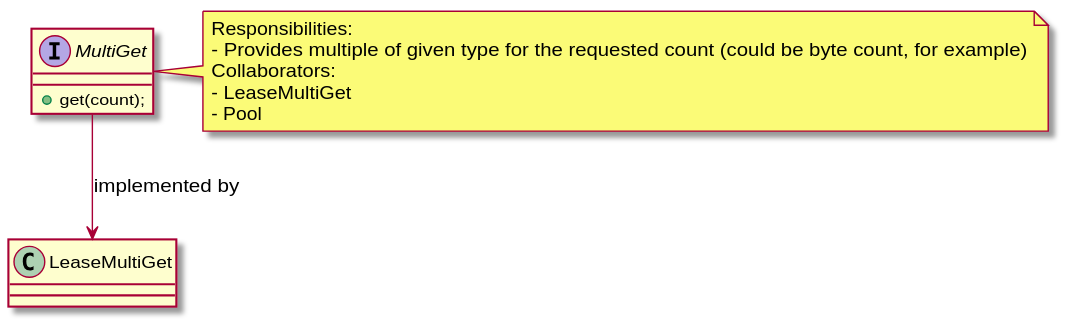
This is docs/issue-11/doxygen/inline_umlgraph_8.svg from eemhu/buf_01, a PlantUML export, as it was before one commit. The source it was exported from:
```plantuml
@startuml inline_umlgraph_8.svg
interface MultiGet {
+ get(count);
}
MultiGet --> LeaseMultiGet : implemented by
note right of MultiGet
Responsibilities:
- Provides multiple of given type for the requested count (could be byte count, for example)
Collaborators:
- LeaseMultiGet
- Pool
end note
@enduml
```
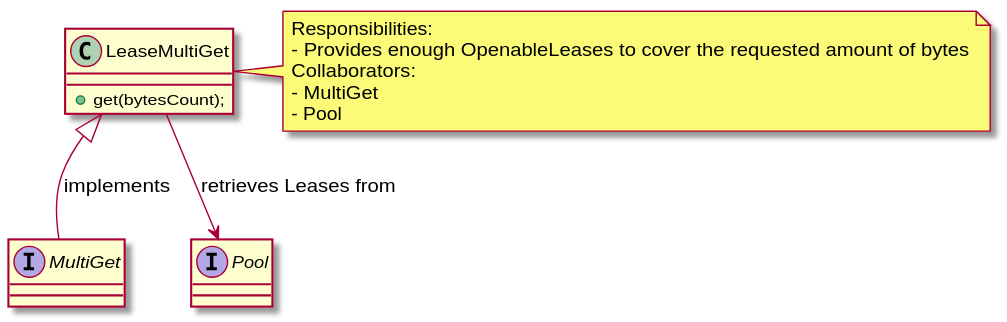
After the change.

Change to the diagram source:
```diff
@@ -1,13 +1,16 @@
 @startuml inline_umlgraph_8.svg
-interface MultiGet {
-+ get(count);
+interface MultiGet
+interface Pool
+class LeaseMultiGet {
++ get(bytesCount);
 }
-MultiGet --> LeaseMultiGet : implemented by
-note right of MultiGet
+LeaseMultiGet <|-- MultiGet : implements
+LeaseMultiGet --> Pool : retrieves Leases from
+note right of LeaseMultiGet
 Responsibilities:
-- Provides multiple of given type for the requested count (could be byte count, for example)
+- Provides enough OpenableLeases to cover the requested amount of bytes
 Collaborators:
-- LeaseMultiGet
+- MultiGet
 - Pool
 end note
 @enduml
```
